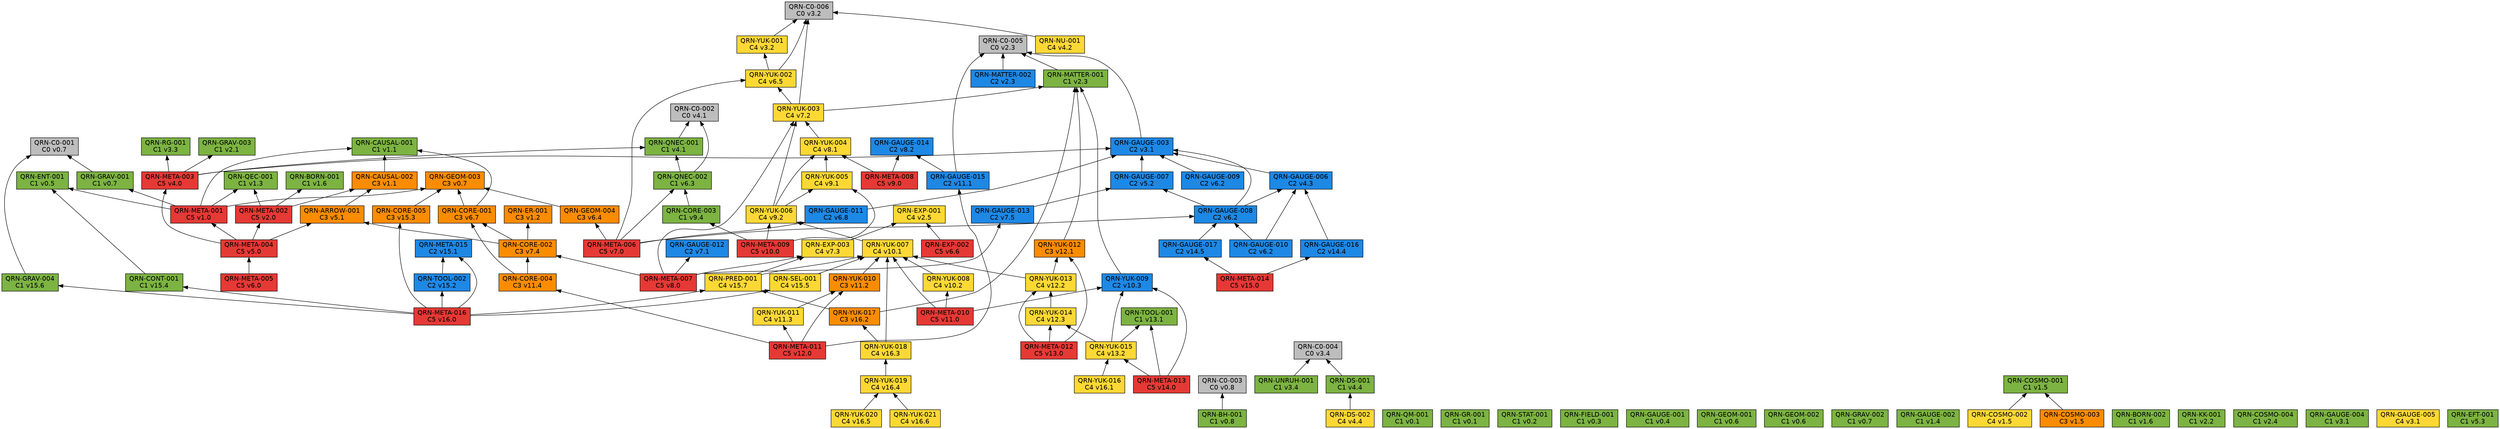
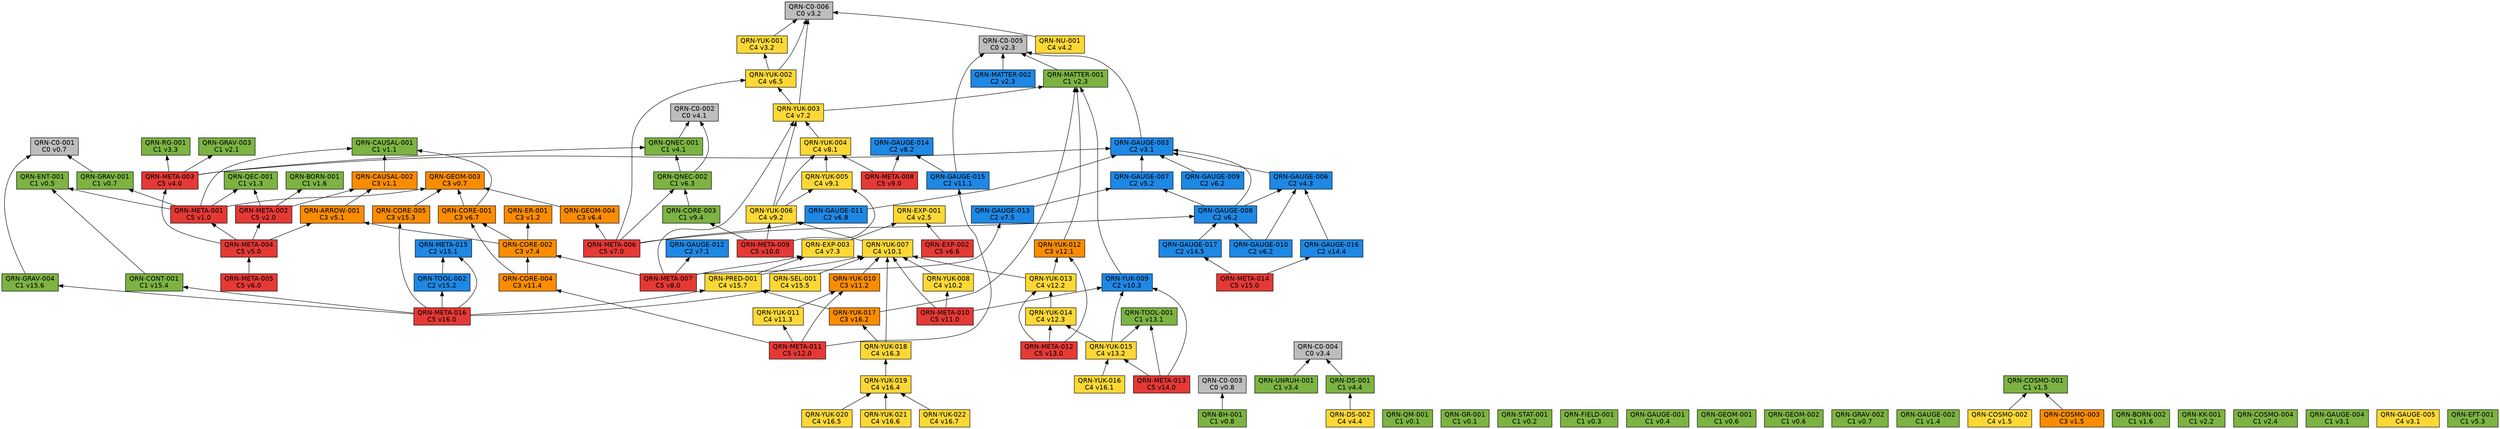
// 自動生成 (dag/report.pl) — QRN 主張依存グラフ
digraph qrn {
  rankdir=BT;
  node [shape=box, style=filled, fontname="Helvetica"];
  "QRN-C0-001" [fillcolor="#bdbdbd", label="QRN-C0-001\nC0 v0.7"];
  "QRN-C0-002" [fillcolor="#bdbdbd", label="QRN-C0-002\nC0 v4.1"];
  "QRN-C0-003" [fillcolor="#bdbdbd", label="QRN-C0-003\nC0 v0.8"];
  "QRN-C0-004" [fillcolor="#bdbdbd", label="QRN-C0-004\nC0 v3.4"];
  "QRN-C0-005" [fillcolor="#bdbdbd", label="QRN-C0-005\nC0 v2.3"];
  "QRN-C0-006" [fillcolor="#bdbdbd", label="QRN-C0-006\nC0 v3.2"];
  "QRN-QM-001" [fillcolor="#7cb342", label="QRN-QM-001\nC1 v0.1"];
  "QRN-GR-001" [fillcolor="#7cb342", label="QRN-GR-001\nC1 v0.1"];
  "QRN-STAT-001" [fillcolor="#7cb342", label="QRN-STAT-001\nC1 v0.2"];
  "QRN-FIELD-001" [fillcolor="#7cb342", label="QRN-FIELD-001\nC1 v0.3"];
  "QRN-GAUGE-001" [fillcolor="#7cb342", label="QRN-GAUGE-001\nC1 v0.4"];
  "QRN-ENT-001" [fillcolor="#7cb342", label="QRN-ENT-001\nC1 v0.5"];
  "QRN-GEOM-001" [fillcolor="#7cb342", label="QRN-GEOM-001\nC1 v0.6"];
  "QRN-GEOM-002" [fillcolor="#7cb342", label="QRN-GEOM-002\nC1 v0.6"];
  "QRN-GEOM-003" [fillcolor="#fb8c00", label="QRN-GEOM-003\nC3 v0.7"];
  "QRN-GRAV-001" [fillcolor="#7cb342", label="QRN-GRAV-001\nC1 v0.7"];
  "QRN-GRAV-002" [fillcolor="#7cb342", label="QRN-GRAV-002\nC1 v0.7"];
  "QRN-BH-001" [fillcolor="#7cb342", label="QRN-BH-001\nC1 v0.8"];
  "QRN-CAUSAL-001" [fillcolor="#7cb342", label="QRN-CAUSAL-001\nC1 v1.1"];
  "QRN-CAUSAL-002" [fillcolor="#fb8c00", label="QRN-CAUSAL-002\nC3 v1.1"];
  "QRN-ER-001" [fillcolor="#fb8c00", label="QRN-ER-001\nC3 v1.2"];
  "QRN-QEC-001" [fillcolor="#7cb342", label="QRN-QEC-001\nC1 v1.3"];
  "QRN-GAUGE-002" [fillcolor="#7cb342", label="QRN-GAUGE-002\nC1 v1.4"];
  "QRN-COSMO-001" [fillcolor="#7cb342", label="QRN-COSMO-001\nC1 v1.5"];
  "QRN-COSMO-002" [fillcolor="#fdd835", label="QRN-COSMO-002\nC4 v1.5"];
  "QRN-COSMO-003" [fillcolor="#fb8c00", label="QRN-COSMO-003\nC3 v1.5"];
  "QRN-BORN-001" [fillcolor="#7cb342", label="QRN-BORN-001\nC1 v1.6"];
  "QRN-BORN-002" [fillcolor="#7cb342", label="QRN-BORN-002\nC1 v1.6"];
  "QRN-GRAV-003" [fillcolor="#7cb342", label="QRN-GRAV-003\nC1 v2.1"];
  "QRN-KK-001" [fillcolor="#7cb342", label="QRN-KK-001\nC1 v2.2"];
  "QRN-MATTER-001" [fillcolor="#7cb342", label="QRN-MATTER-001\nC1 v2.3"];
  "QRN-MATTER-002" [fillcolor="#1e88e5", label="QRN-MATTER-002\nC2 v2.3"];
  "QRN-COSMO-004" [fillcolor="#7cb342", label="QRN-COSMO-004\nC1 v2.4"];
  "QRN-EXP-001" [fillcolor="#fdd835", label="QRN-EXP-001\nC4 v2.5"];
  "QRN-GAUGE-003" [fillcolor="#1e88e5", label="QRN-GAUGE-003\nC2 v3.1"];
  "QRN-GAUGE-004" [fillcolor="#7cb342", label="QRN-GAUGE-004\nC1 v3.1"];
  "QRN-GAUGE-005" [fillcolor="#fdd835", label="QRN-GAUGE-005\nC4 v3.1"];
  "QRN-YUK-001" [fillcolor="#fdd835", label="QRN-YUK-001\nC4 v3.2"];
  "QRN-RG-001" [fillcolor="#7cb342", label="QRN-RG-001\nC1 v3.3"];
  "QRN-UNRUH-001" [fillcolor="#7cb342", label="QRN-UNRUH-001\nC1 v3.4"];
  "QRN-QNEC-001" [fillcolor="#7cb342", label="QRN-QNEC-001\nC1 v4.1"];
  "QRN-NU-001" [fillcolor="#fdd835", label="QRN-NU-001\nC4 v4.2"];
  "QRN-GAUGE-006" [fillcolor="#1e88e5", label="QRN-GAUGE-006\nC2 v4.3"];
  "QRN-DS-001" [fillcolor="#7cb342", label="QRN-DS-001\nC1 v4.4"];
  "QRN-DS-002" [fillcolor="#fdd835", label="QRN-DS-002\nC4 v4.4"];
  "QRN-ARROW-001" [fillcolor="#fb8c00", label="QRN-ARROW-001\nC3 v5.1"];
  "QRN-GAUGE-007" [fillcolor="#1e88e5", label="QRN-GAUGE-007\nC2 v5.2"];
  "QRN-EFT-001" [fillcolor="#7cb342", label="QRN-EFT-001\nC1 v5.3"];
  "QRN-GAUGE-008" [fillcolor="#1e88e5", label="QRN-GAUGE-008\nC2 v6.2"];
  "QRN-GAUGE-009" [fillcolor="#1e88e5", label="QRN-GAUGE-009\nC2 v6.2"];
  "QRN-GAUGE-010" [fillcolor="#1e88e5", label="QRN-GAUGE-010\nC2 v6.2"];
  "QRN-QNEC-002" [fillcolor="#7cb342", label="QRN-QNEC-002\nC1 v6.3"];
  "QRN-GEOM-004" [fillcolor="#fb8c00", label="QRN-GEOM-004\nC3 v6.4"];
  "QRN-YUK-002" [fillcolor="#fdd835", label="QRN-YUK-002\nC4 v6.5"];
  "QRN-EXP-002" [fillcolor="#e53935", label="QRN-EXP-002\nC5 v6.6"];
  "QRN-CORE-001" [fillcolor="#fb8c00", label="QRN-CORE-001\nC3 v6.7"];
  "QRN-GAUGE-011" [fillcolor="#1e88e5", label="QRN-GAUGE-011\nC2 v6.8"];
  "QRN-GAUGE-012" [fillcolor="#1e88e5", label="QRN-GAUGE-012\nC2 v7.1"];
  "QRN-YUK-003" [fillcolor="#fdd835", label="QRN-YUK-003\nC4 v7.2"];
  "QRN-EXP-003" [fillcolor="#fdd835", label="QRN-EXP-003\nC4 v7.3"];
  "QRN-CORE-002" [fillcolor="#fb8c00", label="QRN-CORE-002\nC3 v7.4"];
  "QRN-GAUGE-013" [fillcolor="#1e88e5", label="QRN-GAUGE-013\nC2 v7.5"];
  "QRN-YUK-004" [fillcolor="#fdd835", label="QRN-YUK-004\nC4 v8.1"];
  "QRN-GAUGE-014" [fillcolor="#1e88e5", label="QRN-GAUGE-014\nC2 v8.2"];
  "QRN-META-001" [fillcolor="#e53935", label="QRN-META-001\nC5 v1.0"];
  "QRN-META-002" [fillcolor="#e53935", label="QRN-META-002\nC5 v2.0"];
  "QRN-META-003" [fillcolor="#e53935", label="QRN-META-003\nC5 v4.0"];
  "QRN-META-004" [fillcolor="#e53935", label="QRN-META-004\nC5 v5.0"];
  "QRN-META-005" [fillcolor="#e53935", label="QRN-META-005\nC5 v6.0"];
  "QRN-META-006" [fillcolor="#e53935", label="QRN-META-006\nC5 v7.0"];
  "QRN-META-007" [fillcolor="#e53935", label="QRN-META-007\nC5 v8.0"];
  "QRN-META-008" [fillcolor="#e53935", label="QRN-META-008\nC5 v9.0"];
  "QRN-YUK-005" [fillcolor="#fdd835", label="QRN-YUK-005\nC4 v9.1"];
  "QRN-YUK-006" [fillcolor="#fdd835", label="QRN-YUK-006\nC4 v9.2"];
  "QRN-CORE-003" [fillcolor="#7cb342", label="QRN-CORE-003\nC1 v9.4"];
  "QRN-META-009" [fillcolor="#e53935", label="QRN-META-009\nC5 v10.0"];
  "QRN-YUK-007" [fillcolor="#fdd835", label="QRN-YUK-007\nC4 v10.1"];
  "QRN-YUK-008" [fillcolor="#fdd835", label="QRN-YUK-008\nC4 v10.2"];
  "QRN-YUK-009" [fillcolor="#1e88e5", label="QRN-YUK-009\nC2 v10.3"];
  "QRN-META-010" [fillcolor="#e53935", label="QRN-META-010\nC5 v11.0"];
  "QRN-GAUGE-015" [fillcolor="#1e88e5", label="QRN-GAUGE-015\nC2 v11.1"];
  "QRN-YUK-010" [fillcolor="#fb8c00", label="QRN-YUK-010\nC3 v11.2"];
  "QRN-YUK-011" [fillcolor="#fdd835", label="QRN-YUK-011\nC4 v11.3"];
  "QRN-CORE-004" [fillcolor="#fb8c00", label="QRN-CORE-004\nC3 v11.4"];
  "QRN-META-011" [fillcolor="#e53935", label="QRN-META-011\nC5 v12.0"];
  "QRN-YUK-012" [fillcolor="#fb8c00", label="QRN-YUK-012\nC3 v12.1"];
  "QRN-YUK-013" [fillcolor="#fdd835", label="QRN-YUK-013\nC4 v12.2"];
  "QRN-YUK-014" [fillcolor="#fdd835", label="QRN-YUK-014\nC4 v12.3"];
  "QRN-META-012" [fillcolor="#e53935", label="QRN-META-012\nC5 v13.0"];
  "QRN-TOOL-001" [fillcolor="#7cb342", label="QRN-TOOL-001\nC1 v13.1"];
  "QRN-YUK-015" [fillcolor="#fdd835", label="QRN-YUK-015\nC4 v13.2"];
  "QRN-META-013" [fillcolor="#e53935", label="QRN-META-013\nC5 v14.0"];
  "QRN-GAUGE-016" [fillcolor="#1e88e5", label="QRN-GAUGE-016\nC2 v14.4"];
  "QRN-GAUGE-017" [fillcolor="#1e88e5", label="QRN-GAUGE-017\nC2 v14.5"];
  "QRN-META-014" [fillcolor="#e53935", label="QRN-META-014\nC5 v15.0"];
  "QRN-META-015" [fillcolor="#1e88e5", label="QRN-META-015\nC2 v15.1"];
  "QRN-TOOL-002" [fillcolor="#1e88e5", label="QRN-TOOL-002\nC2 v15.2"];
  "QRN-CORE-005" [fillcolor="#fb8c00", label="QRN-CORE-005\nC3 v15.3"];
  "QRN-CONT-001" [fillcolor="#7cb342", label="QRN-CONT-001\nC1 v15.4"];
  "QRN-SEL-001" [fillcolor="#fdd835", label="QRN-SEL-001\nC4 v15.5"];
  "QRN-GRAV-004" [fillcolor="#7cb342", label="QRN-GRAV-004\nC1 v15.6"];
  "QRN-PRED-001" [fillcolor="#fdd835", label="QRN-PRED-001\nC4 v15.7"];
  "QRN-META-016" [fillcolor="#e53935", label="QRN-META-016\nC5 v16.0"];
  "QRN-YUK-016" [fillcolor="#fdd835", label="QRN-YUK-016\nC4 v16.1"];
  "QRN-YUK-017" [fillcolor="#fb8c00", label="QRN-YUK-017\nC3 v16.2"];
  "QRN-YUK-018" [fillcolor="#fdd835", label="QRN-YUK-018\nC4 v16.3"];
  "QRN-YUK-019" [fillcolor="#fdd835", label="QRN-YUK-019\nC4 v16.4"];
  "QRN-YUK-020" [fillcolor="#fdd835", label="QRN-YUK-020\nC4 v16.5"];
  "QRN-YUK-021" [fillcolor="#fdd835", label="QRN-YUK-021\nC4 v16.6"];
+   "QRN-YUK-022" [fillcolor="#fdd835", label="QRN-YUK-022\nC4 v16.7"];
  "QRN-GRAV-001" -> "QRN-C0-001";
  "QRN-BH-001" -> "QRN-C0-003";
  "QRN-CAUSAL-002" -> "QRN-CAUSAL-001";
  "QRN-COSMO-002" -> "QRN-COSMO-001";
  "QRN-COSMO-003" -> "QRN-COSMO-001";
  "QRN-MATTER-001" -> "QRN-C0-005";
  "QRN-MATTER-002" -> "QRN-C0-005";
  "QRN-GAUGE-003" -> "QRN-C0-005";
  "QRN-YUK-001" -> "QRN-C0-006";
  "QRN-UNRUH-001" -> "QRN-C0-004";
  "QRN-QNEC-001" -> "QRN-C0-002";
  "QRN-NU-001" -> "QRN-C0-006";
  "QRN-GAUGE-006" -> "QRN-GAUGE-003";
  "QRN-DS-001" -> "QRN-C0-004";
  "QRN-DS-002" -> "QRN-DS-001";
  "QRN-ARROW-001" -> "QRN-CAUSAL-002";
  "QRN-GAUGE-007" -> "QRN-GAUGE-003";
  "QRN-GAUGE-008" -> "QRN-GAUGE-003";
  "QRN-GAUGE-008" -> "QRN-GAUGE-006";
  "QRN-GAUGE-008" -> "QRN-GAUGE-007";
  "QRN-GAUGE-009" -> "QRN-GAUGE-003";
  "QRN-GAUGE-010" -> "QRN-GAUGE-006";
  "QRN-GAUGE-010" -> "QRN-GAUGE-008";
  "QRN-QNEC-002" -> "QRN-C0-002";
  "QRN-QNEC-002" -> "QRN-QNEC-001";
  "QRN-GEOM-004" -> "QRN-GEOM-003";
  "QRN-YUK-002" -> "QRN-C0-006";
  "QRN-YUK-002" -> "QRN-YUK-001";
  "QRN-EXP-002" -> "QRN-EXP-001";
  "QRN-CORE-001" -> "QRN-GEOM-003";
  "QRN-CORE-001" -> "QRN-CAUSAL-001";
  "QRN-GAUGE-011" -> "QRN-GAUGE-003";
  "QRN-YUK-003" -> "QRN-C0-006";
  "QRN-YUK-003" -> "QRN-MATTER-001";
  "QRN-YUK-003" -> "QRN-YUK-002";
  "QRN-EXP-003" -> "QRN-EXP-001";
  "QRN-CORE-002" -> "QRN-CORE-001";
  "QRN-CORE-002" -> "QRN-ER-001";
  "QRN-CORE-002" -> "QRN-ARROW-001";
  "QRN-GAUGE-013" -> "QRN-GAUGE-007";
  "QRN-YUK-004" -> "QRN-YUK-003";
  "QRN-META-001" -> "QRN-GEOM-003";
  "QRN-META-001" -> "QRN-GRAV-001";
  "QRN-META-001" -> "QRN-CAUSAL-001";
  "QRN-META-001" -> "QRN-QEC-001";
  "QRN-META-001" -> "QRN-ENT-001";
  "QRN-META-002" -> "QRN-QEC-001";
  "QRN-META-002" -> "QRN-BORN-001";
  "QRN-META-002" -> "QRN-CAUSAL-002";
  "QRN-META-003" -> "QRN-GAUGE-003";
  "QRN-META-003" -> "QRN-RG-001";
  "QRN-META-003" -> "QRN-QNEC-001";
  "QRN-META-003" -> "QRN-GRAV-003";
  "QRN-META-004" -> "QRN-META-001";
  "QRN-META-004" -> "QRN-META-002";
  "QRN-META-004" -> "QRN-META-003";
  "QRN-META-004" -> "QRN-ARROW-001";
  "QRN-META-005" -> "QRN-META-004";
  "QRN-META-006" -> "QRN-GAUGE-008";
  "QRN-META-006" -> "QRN-QNEC-002";
  "QRN-META-006" -> "QRN-GEOM-004";
  "QRN-META-006" -> "QRN-YUK-002";
  "QRN-META-006" -> "QRN-GAUGE-011";
  "QRN-META-007" -> "QRN-GAUGE-012";
  "QRN-META-007" -> "QRN-YUK-003";
  "QRN-META-007" -> "QRN-EXP-003";
  "QRN-META-007" -> "QRN-CORE-002";
  "QRN-META-007" -> "QRN-GAUGE-013";
  "QRN-META-008" -> "QRN-YUK-004";
  "QRN-META-008" -> "QRN-GAUGE-014";
  "QRN-YUK-005" -> "QRN-YUK-004";
  "QRN-YUK-006" -> "QRN-YUK-003";
  "QRN-YUK-006" -> "QRN-YUK-004";
  "QRN-YUK-006" -> "QRN-YUK-005";
  "QRN-CORE-003" -> "QRN-QNEC-002";
  "QRN-META-009" -> "QRN-YUK-005";
  "QRN-META-009" -> "QRN-YUK-006";
  "QRN-META-009" -> "QRN-CORE-003";
  "QRN-YUK-007" -> "QRN-YUK-006";
  "QRN-YUK-008" -> "QRN-YUK-007";
  "QRN-YUK-009" -> "QRN-MATTER-001";
  "QRN-META-010" -> "QRN-YUK-007";
  "QRN-META-010" -> "QRN-YUK-008";
  "QRN-META-010" -> "QRN-YUK-009";
  "QRN-GAUGE-015" -> "QRN-C0-005";
  "QRN-GAUGE-015" -> "QRN-GAUGE-014";
  "QRN-YUK-010" -> "QRN-YUK-007";
  "QRN-YUK-011" -> "QRN-YUK-010";
  "QRN-CORE-004" -> "QRN-CORE-001";
  "QRN-CORE-004" -> "QRN-CORE-002";
  "QRN-META-011" -> "QRN-GAUGE-015";
  "QRN-META-011" -> "QRN-YUK-010";
  "QRN-META-011" -> "QRN-YUK-011";
  "QRN-META-011" -> "QRN-CORE-004";
  "QRN-YUK-012" -> "QRN-MATTER-001";
  "QRN-YUK-013" -> "QRN-YUK-012";
  "QRN-YUK-013" -> "QRN-YUK-007";
  "QRN-YUK-014" -> "QRN-YUK-013";
  "QRN-META-012" -> "QRN-YUK-012";
  "QRN-META-012" -> "QRN-YUK-013";
  "QRN-META-012" -> "QRN-YUK-014";
  "QRN-YUK-015" -> "QRN-YUK-014";
  "QRN-YUK-015" -> "QRN-TOOL-001";
  "QRN-YUK-015" -> "QRN-YUK-009";
  "QRN-META-013" -> "QRN-YUK-015";
  "QRN-META-013" -> "QRN-TOOL-001";
  "QRN-META-013" -> "QRN-YUK-009";
  "QRN-GAUGE-016" -> "QRN-GAUGE-006";
  "QRN-GAUGE-017" -> "QRN-GAUGE-008";
  "QRN-META-014" -> "QRN-GAUGE-016";
  "QRN-META-014" -> "QRN-GAUGE-017";
  "QRN-TOOL-002" -> "QRN-META-015";
  "QRN-CORE-005" -> "QRN-GEOM-003";
  "QRN-CONT-001" -> "QRN-ENT-001";
  "QRN-SEL-001" -> "QRN-YUK-007";
  "QRN-GRAV-004" -> "QRN-C0-001";
  "QRN-PRED-001" -> "QRN-YUK-007";
  "QRN-PRED-001" -> "QRN-EXP-003";
  "QRN-META-016" -> "QRN-META-015";
  "QRN-META-016" -> "QRN-TOOL-002";
  "QRN-META-016" -> "QRN-CORE-005";
  "QRN-META-016" -> "QRN-CONT-001";
  "QRN-META-016" -> "QRN-SEL-001";
  "QRN-META-016" -> "QRN-GRAV-004";
  "QRN-META-016" -> "QRN-PRED-001";
  "QRN-YUK-016" -> "QRN-YUK-015";
  "QRN-YUK-017" -> "QRN-MATTER-001";
  "QRN-YUK-017" -> "QRN-PRED-001";
  "QRN-YUK-018" -> "QRN-YUK-017";
  "QRN-YUK-018" -> "QRN-YUK-007";
  "QRN-YUK-019" -> "QRN-YUK-018";
  "QRN-YUK-020" -> "QRN-YUK-019";
  "QRN-YUK-021" -> "QRN-YUK-019";
+   "QRN-YUK-022" -> "QRN-YUK-019";
}
